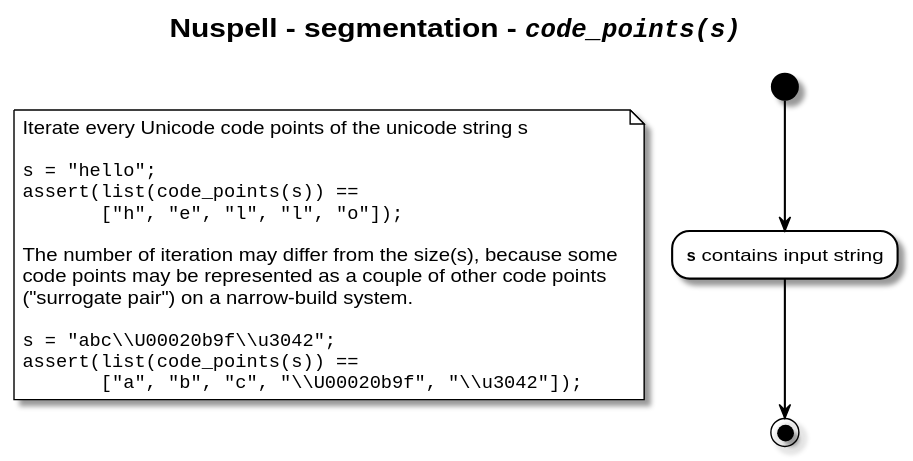
This is uml/activity-diagrams/segmentation-code_points-activity-diagram.svg from nuspell/misc-nuspell, a PlantUML export, as it was before one commit.
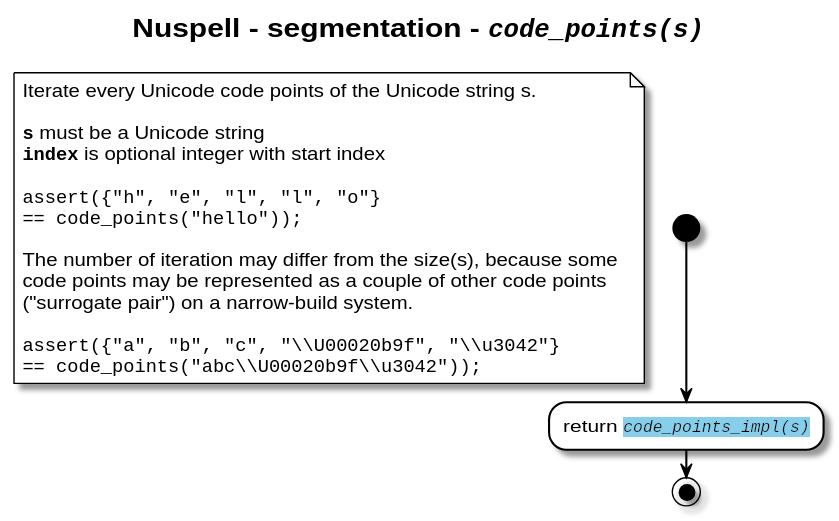
Later version of the same file.

Diff of the diagram source:
```diff
@@ -14,22 +14,24 @@
 
 start
 
-:**""s""** contains input string;
 floating note left
-    Iterate every Unicode code points of the unicode string s
+    Iterate every Unicode code points of the Unicode string s.
 
-    ""s = "hello";""
-    ""assert(list(code_points(s)) ==""
-    ""       ["h", "e", "l", "l", "o"]);""
+    **""s""** must be a Unicode string
+    **""index""** is optional integer with start index
+
+    ""assert({"h", "e", "l", "l", "o"}""
+    ""== code_points("hello"));""
 
     The number of iteration may differ from the size(s), because some
     code points may be represented as a couple of other code points
     ("surrogate pair") on a narrow-build system.
 
-    ""s = "abc\\U00020b9f\\u3042";""
-    ""assert(list(code_points(s)) ==""
-    ""       ["a", "b", "c", "\\U00020b9f", "\\u3042"]);""
+    ""assert({"a", "b", "c", "\\U00020b9f", "\\u3042"}""
+    ""== code_points("abc\\U00020b9f\\u3042"));""
 end note
+
+:return <back:skyblue>//""code_points_impl(s)""//</back>;
 
 stop
 
```
